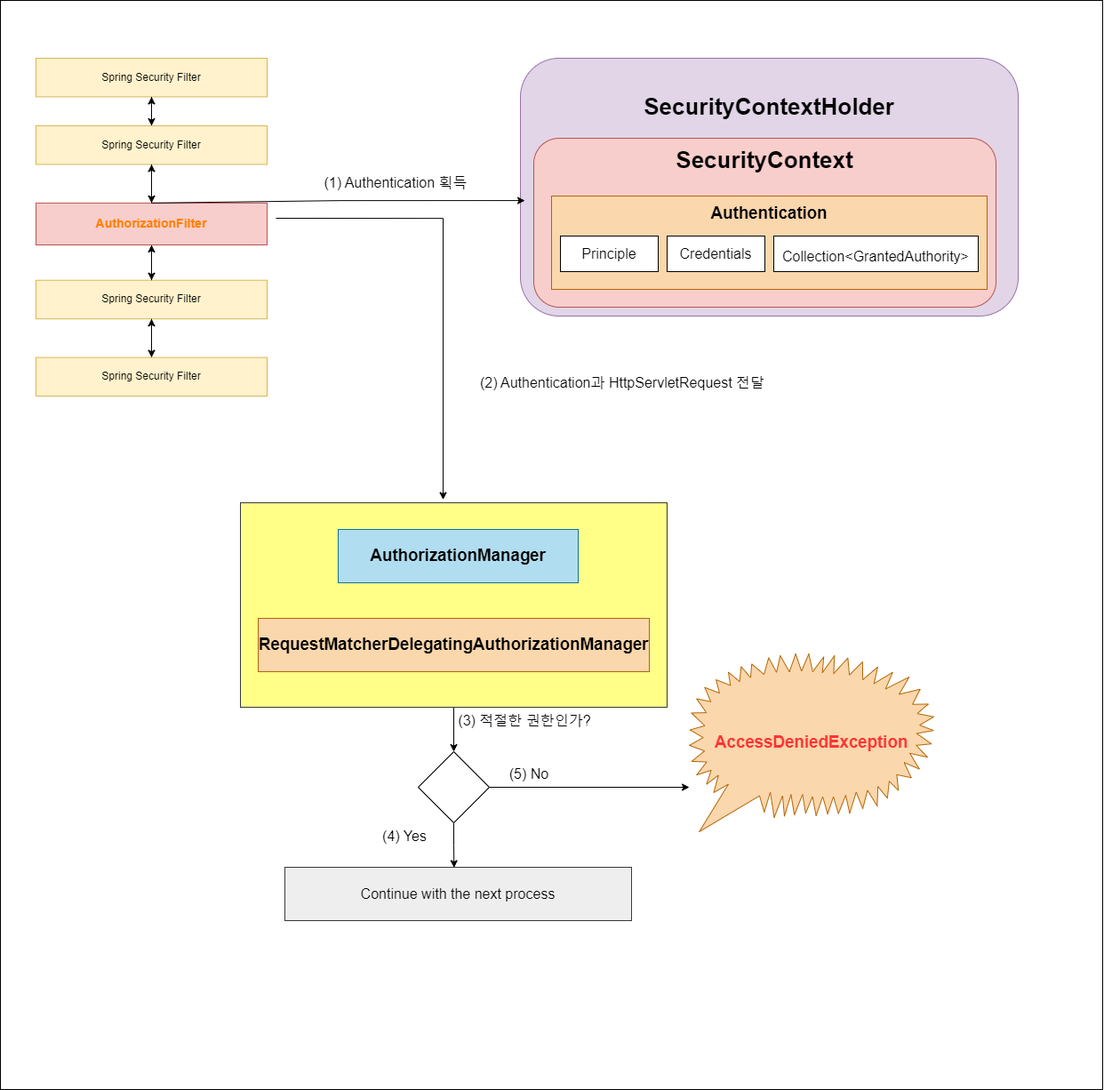
Before: painting/SpringSecurity의 컴포넌트로 보는 권한 부여흐름.drawio.png, a diagram exported from draw.io (SsangSoo/TIL_SsangSoo). Source tidied: cells renumbered, new cells last; positions are measured from the earlier drawing's top-left corner, leaving out a move shared by most shapes.
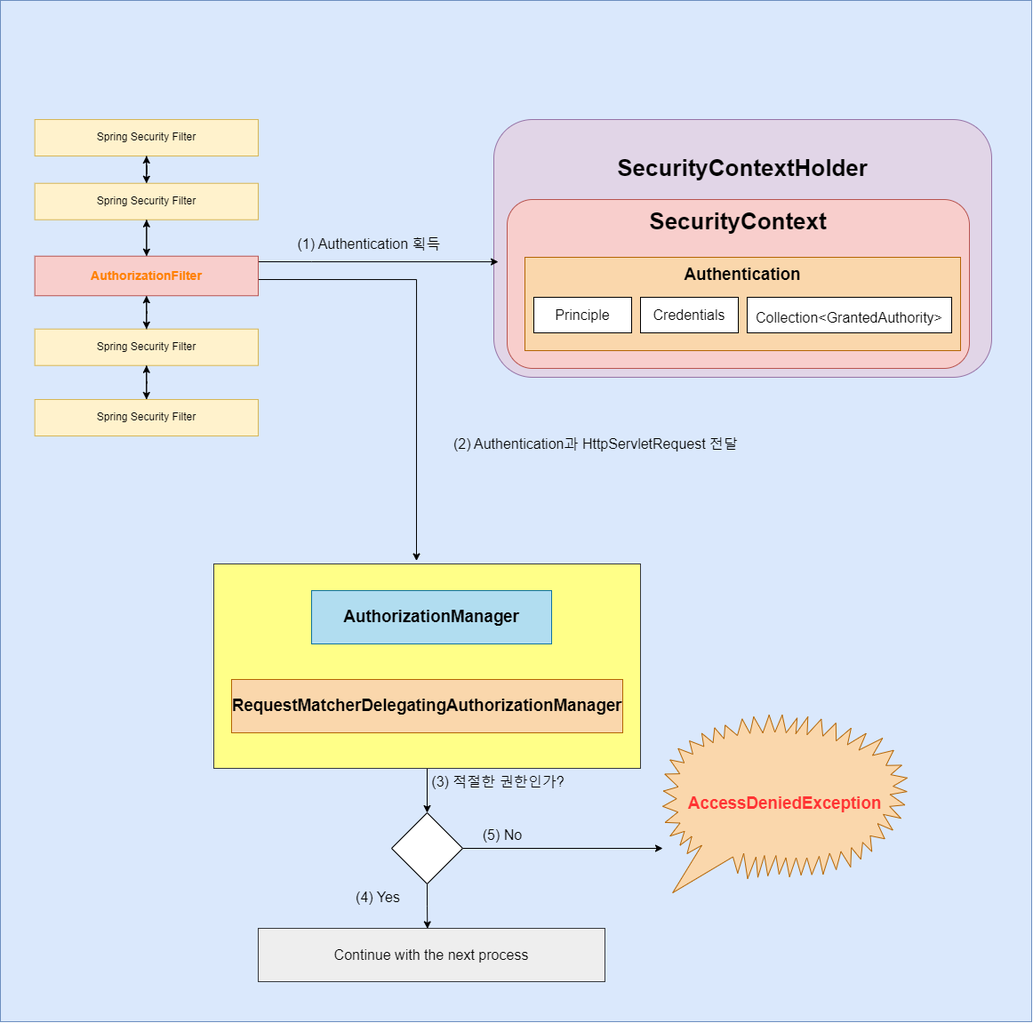
The same diagram one commit later.

The edit, as a diff of the source:
```diff
@@ -2,51 +2,9 @@
   <root>
     <mxCell id="0" />
     <mxCell id="1" parent="0" />
-    <mxCell id="2" style="group;" parent="1" vertex="1">
-      <mxGeometry x="40" y="65" width="1200" height="1160" as="geometry" />
-    </mxCell>
-    <mxCell id="3" style="rounded=0;whiteSpace=wrap;html=1;" parent="2" vertex="1">
-      <mxGeometry x="-40" y="-65" width="1240" height="1225" as="geometry" />
+    <mxCell id="3" style="rounded=0;whiteSpace=wrap;html=1;fillColor=#dae8fc;strokeColor=#6c8ebf;" parent="1" vertex="1">
+      <mxGeometry x="30" y="-69" width="1160" height="1149" as="geometry" />
     </mxCell>
-    <mxCell id="4" value="Spring Security Filter" style="rounded=0;whiteSpace=wrap;html=1;fillColor=#fff2cc;strokeColor=#d6b656;" parent="2" vertex="1">
-      <mxGeometry width="260" height="43.4" as="geometry" />
-    </mxCell>
-    <mxCell id="5" value="Spring Security Filter" style="rounded=0;whiteSpace=wrap;html=1;fillColor=#fff2cc;strokeColor=#d6b656;" parent="2" vertex="1">
-      <mxGeometry y="249.7" width="260" height="43.4" as="geometry" />
-    </mxCell>
-    <mxCell id="6" style="edgeStyle=orthogonalEdgeStyle;rounded=0;jettySize=auto;html=1;fontColor=#FF8000;" parent="2" edge="1" source="7" target="4">
-      <mxGeometry relative="1" as="geometry" />
-    </mxCell>
-    <mxCell id="7" value="Spring Security Filter" style="rounded=0;whiteSpace=wrap;html=1;fillColor=#fff2cc;strokeColor=#d6b656;" parent="2" vertex="1">
-      <mxGeometry y="76" width="260" height="43.4" as="geometry" />
-    </mxCell>
-    <mxCell id="8" style="edgeStyle=orthogonalEdgeStyle;rounded=0;jettySize=auto;html=1;fontColor=#FF8000;" parent="2" edge="1" source="4" target="7">
-      <mxGeometry relative="1" as="geometry" />
-    </mxCell>
-    <mxCell id="9" style="edgeStyle=orthogonalEdgeStyle;rounded=0;jettySize=auto;html=1;fontColor=#FF8000;" parent="2" edge="1" source="10" target="5">
-      <mxGeometry relative="1" as="geometry" />
-    </mxCell>
-    <mxCell id="10" value="Spring Security Filter" style="rounded=0;whiteSpace=wrap;html=1;fillColor=#fff2cc;strokeColor=#d6b656;" parent="2" vertex="1">
-      <mxGeometry y="336.6" width="260" height="43.4" as="geometry" />
-    </mxCell>
-    <mxCell id="11" style="edgeStyle=orthogonalEdgeStyle;rounded=0;jettySize=auto;html=1;fontColor=#FF8000;" parent="2" edge="1" source="5" target="10">
-      <mxGeometry relative="1" as="geometry" />
-    </mxCell>
-    <mxCell id="12" style="edgeStyle=orthogonalEdgeStyle;rounded=0;jettySize=auto;html=1;fontColor=#FF8000;" parent="2" edge="1" source="14" target="5">
-      <mxGeometry relative="1" as="geometry" />
-    </mxCell>
-    <mxCell id="13" style="edgeStyle=orthogonalEdgeStyle;rounded=0;jettySize=auto;html=1;fontColor=#FF8000;" parent="2" edge="1" source="14" target="7">
-      <mxGeometry relative="1" as="geometry" />
-    </mxCell>
-    <mxCell id="14" value="&lt;h3&gt;&lt;b&gt;&lt;font color=&quot;#ff8000&quot;&gt;AuthorizationFilter&lt;/font&gt;&lt;/b&gt;&lt;/h3&gt;" style="rounded=0;whiteSpace=wrap;html=1;fillColor=#f8cecc;strokeColor=#b85450;" parent="2" vertex="1">
-      <mxGeometry y="162.9" width="260" height="47.1" as="geometry" />
-    </mxCell>
-    <mxCell id="15" style="edgeStyle=orthogonalEdgeStyle;rounded=0;jettySize=auto;html=1;fontColor=#FF8000;" parent="2" edge="1" source="5" target="14">
-      <mxGeometry relative="1" as="geometry" />
-    </mxCell>
-    <mxCell id="16" style="edgeStyle=orthogonalEdgeStyle;rounded=0;jettySize=auto;html=1;fontColor=#FF8000;" parent="2" edge="1" source="7" target="14">
-      <mxGeometry relative="1" as="geometry" />
-    </mxCell>
     <mxCell id="17" style="edgeStyle=orthogonalEdgeStyle;rounded=0;jettySize=auto;html=1;entryX=0.5;entryY=0;entryDx=0;entryDy=0;fontSize=16;fontColor=#000000;" parent="1" edge="1" source="18" target="32">
       <mxGeometry relative="1" as="geometry" />
     </mxCell>
@@ -109,8 +67,9 @@
         </Array>
       </mxGeometry>
     </mxCell>
-    <mxCell id="35" style="edgeStyle=orthogonalEdgeStyle;rounded=0;jettySize=auto;html=1;fontSize=16;fontColor=#000000;entryX=0.009;entryY=0.552;entryDx=0;entryDy=0;entryPerimeter=0;" parent="1" edge="1" source="14" target="21">
+    <mxCell id="35" style="edgeStyle=orthogonalEdgeStyle;rounded=0;jettySize=auto;html=1;fontSize=16;fontColor=#000000;entryX=0.009;entryY=0.552;entryDx=0;entryDy=0;entryPerimeter=0;" parent="1" edge="1" target="21">
       <mxGeometry relative="1" as="geometry">
+        <mxPoint x="311.3" y="225" as="sourcePoint" />
         <Array as="points">
           <mxPoint x="380" y="225" />
           <mxPoint x="380" y="225" />
@@ -135,5 +94,44 @@
     <mxCell id="41" value="&lt;h3 style=&quot;color: rgb(0, 0, 0);&quot;&gt;&lt;font color=&quot;#ff3333&quot;&gt;AccessDeniedException&lt;/font&gt;&lt;/h3&gt;" style="whiteSpace=wrap;html=1;shape=mxgraph.basic.loud_callout;fontSize=16;fillColor=#fad7ac;strokeColor=#b46504;" parent="1" vertex="1">
       <mxGeometry x="775" y="735" width="275" height="200" as="geometry" />
     </mxCell>
+    <mxCell id="42" value="Spring Security Filter" style="rounded=0;whiteSpace=wrap;html=1;fillColor=#fff2cc;strokeColor=#d6b656;" parent="1" vertex="1">
+      <mxGeometry x="68.7" y="65" width="251.3" height="41" as="geometry" />
+    </mxCell>
+    <mxCell id="43" value="Spring Security Filter" style="rounded=0;whiteSpace=wrap;html=1;fillColor=#fff2cc;strokeColor=#d6b656;" parent="1" vertex="1">
+      <mxGeometry x="68.7" y="300.7" width="251.3" height="41" as="geometry" />
+    </mxCell>
+    <mxCell id="44" style="edgeStyle=orthogonalEdgeStyle;rounded=0;jettySize=auto;html=1;fontColor=#FF8000;" parent="1" edge="1" source="45" target="42">
+      <mxGeometry relative="1" as="geometry" />
+    </mxCell>
+    <mxCell id="45" value="Spring Security Filter" style="rounded=0;whiteSpace=wrap;html=1;fillColor=#fff2cc;strokeColor=#d6b656;" parent="1" vertex="1">
+      <mxGeometry x="68.7" y="136.7" width="251.3" height="41" as="geometry" />
+    </mxCell>
+    <mxCell id="46" style="edgeStyle=orthogonalEdgeStyle;rounded=0;jettySize=auto;html=1;fontColor=#FF8000;" parent="1" edge="1" source="42" target="45">
+      <mxGeometry relative="1" as="geometry" />
+    </mxCell>
+    <mxCell id="47" style="edgeStyle=orthogonalEdgeStyle;rounded=0;jettySize=auto;html=1;fontColor=#FF8000;" parent="1" edge="1" source="48" target="43">
+      <mxGeometry relative="1" as="geometry" />
+    </mxCell>
+    <mxCell id="48" value="Spring Security Filter" style="rounded=0;whiteSpace=wrap;html=1;fillColor=#fff2cc;strokeColor=#d6b656;" parent="1" vertex="1">
+      <mxGeometry x="68.7" y="380" width="251.3" height="41" as="geometry" />
+    </mxCell>
+    <mxCell id="49" style="edgeStyle=orthogonalEdgeStyle;rounded=0;jettySize=auto;html=1;fontColor=#FF8000;" parent="1" edge="1" source="43" target="48">
+      <mxGeometry relative="1" as="geometry" />
+    </mxCell>
+    <mxCell id="50" style="edgeStyle=orthogonalEdgeStyle;rounded=0;jettySize=auto;html=1;fontColor=#FF8000;" parent="1" edge="1" source="14" target="43">
+      <mxGeometry relative="1" as="geometry" />
+    </mxCell>
+    <mxCell id="51" style="edgeStyle=orthogonalEdgeStyle;rounded=0;jettySize=auto;html=1;fontColor=#FF8000;" parent="1" edge="1" source="14" target="45">
+      <mxGeometry relative="1" as="geometry" />
+    </mxCell>
+    <mxCell id="14" value="&lt;h3&gt;&lt;b&gt;&lt;font color=&quot;#ff8000&quot;&gt;AuthorizationFilter&lt;/font&gt;&lt;/b&gt;&lt;/h3&gt;" style="rounded=0;whiteSpace=wrap;html=1;fillColor=#f8cecc;strokeColor=#b85450;" parent="1" vertex="1">
+      <mxGeometry x="68.7" y="218.7" width="251.3" height="44.5" as="geometry" />
+    </mxCell>
+    <mxCell id="52" style="edgeStyle=orthogonalEdgeStyle;rounded=0;jettySize=auto;html=1;fontColor=#FF8000;" parent="1" edge="1" source="43" target="14">
+      <mxGeometry relative="1" as="geometry" />
+    </mxCell>
+    <mxCell id="53" style="edgeStyle=orthogonalEdgeStyle;rounded=0;jettySize=auto;html=1;fontColor=#FF8000;" parent="1" edge="1" source="45" target="14">
+      <mxGeometry relative="1" as="geometry" />
+    </mxCell>
   </root>
 </mxGraphModel>
```
